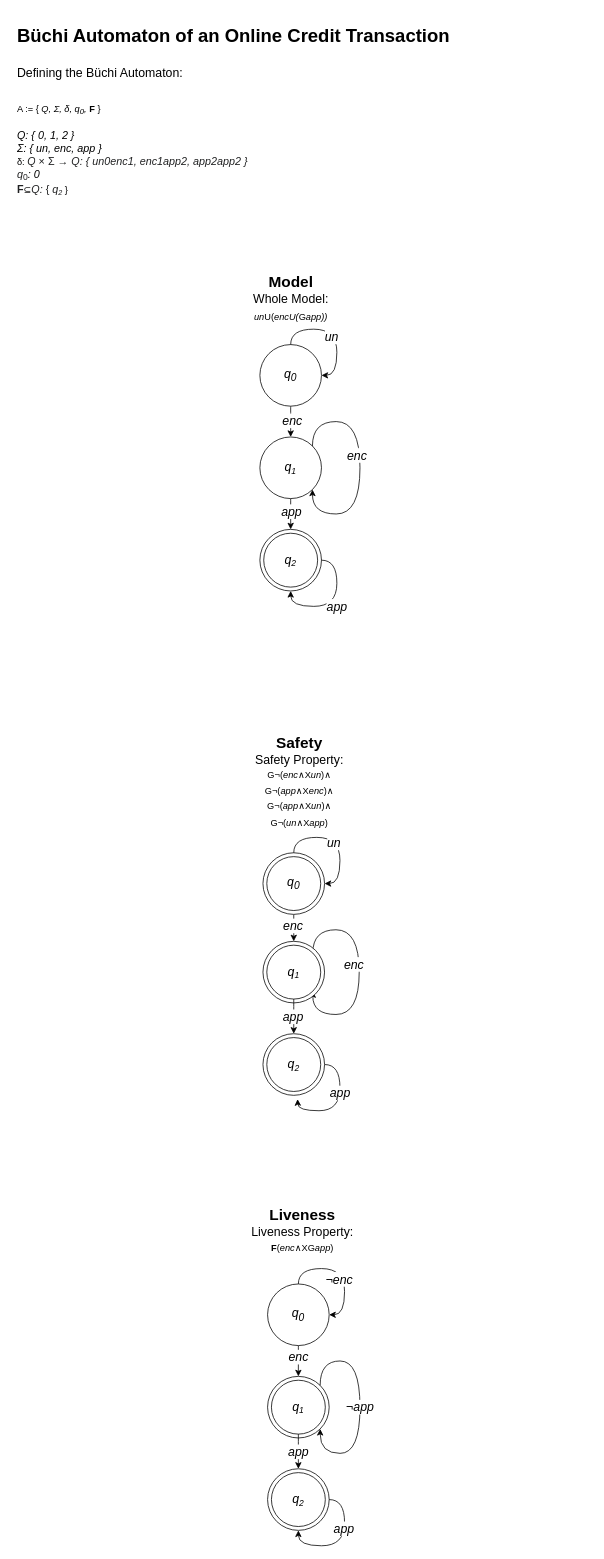
oliverfanderson/DATA599-02-Diagrams keeps this draw.io diagram as Buchi_Automaton_Credit_Transaction.drawio. Above is the earlier version. Source tidied: cells renumbered, new cells numbered last; positions are measured from the earlier drawing's top-left corner, leaving out a move shared by most shapes. Both pictures are drawn from the tidied source at 77%, with x=0, y=0 at pixel (13, 21).
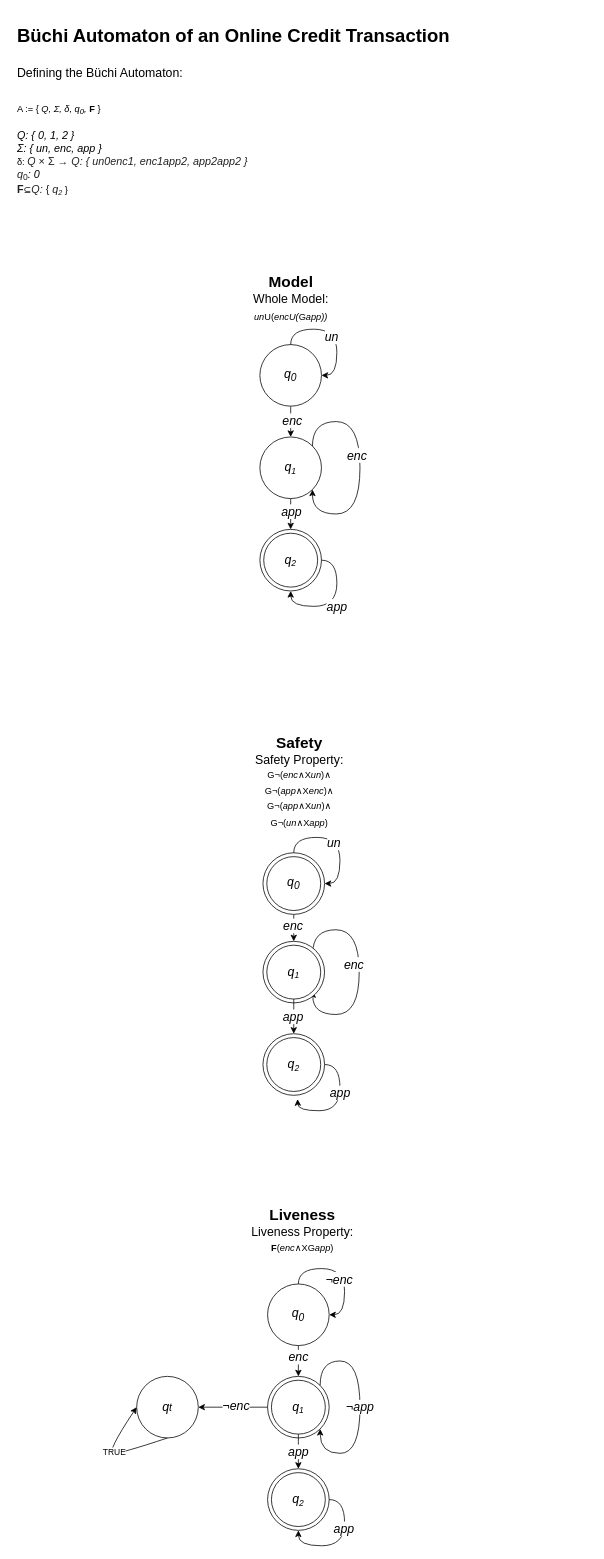
The same diagram, later.

The change refers to these unchanged cells:
```xml
<mxCell id="5" style="ellipse;whiteSpace=wrap;html=1;fontSize=16;" parent="1" vertex="1">
  <mxGeometry x="330" y="1760" width="80" height="80" as="geometry" />
</mxCell>
```

The edit, as a diff of the source:
```diff
@@
+    <mxCell id="57" style="ellipse;whiteSpace=wrap;html=1;fontSize=16;" parent="1" vertex="1">
+      <mxGeometry x="160" y="1760" width="80" height="80" as="geometry" />
+    </mxCell>
+    <mxCell id="58" value="&lt;i&gt;q&lt;span style=&quot;font-size: 13.3333px;&quot;&gt;t&lt;/span&gt;&lt;/i&gt;" style="text;html=1;strokeColor=none;fillColor=none;align=center;verticalAlign=middle;whiteSpace=wrap;rounded=0;fontSize=16;" parent="1" vertex="1">
+      <mxGeometry x="170" y="1785" width="60" height="30" as="geometry" />
+    </mxCell>
+    <mxCell id="59" style="endArrow=classic;html=1;rounded=0;exitX=0;exitY=0.5;exitDx=0;exitDy=0;entryX=1;entryY=0.5;entryDx=0;entryDy=0;" parent="1" edge="1" source="5" target="57">
+      <mxGeometry relative="1" as="geometry" />
+    </mxCell>
+    <mxCell id="60" value="&lt;i style=&quot;border-color: var(--border-color); font-size: 16px;&quot;&gt;¬enc&lt;/i&gt;" style="edgeLabel;html=1;align=center;verticalAlign=middle;" parent="59" vertex="1">
+      <mxGeometry x="-0.07" y="-3" relative="1" as="geometry" />
+    </mxCell>
+    <mxCell id="61" style="endArrow=classic;html=1;exitX=0.5;exitY=1;exitDx=0;exitDy=0;entryX=0;entryY=0.5;entryDx=0;entryDy=0;curved=1;" parent="1" edge="1" source="57" target="57">
+      <mxGeometry relative="1" as="geometry">
+        <Array as="points">
+          <mxPoint x="140" y="1860" />
+          <mxPoint x="120" y="1860" />
+        </Array>
+      </mxGeometry>
+    </mxCell>
+    <mxCell id="62" value="TRUE" style="edgeLabel;html=1;align=center;verticalAlign=middle;" parent="61" vertex="1">
+      <mxGeometry x="-0.06" y="-2" relative="1" as="geometry" />
+    </mxCell>
```
